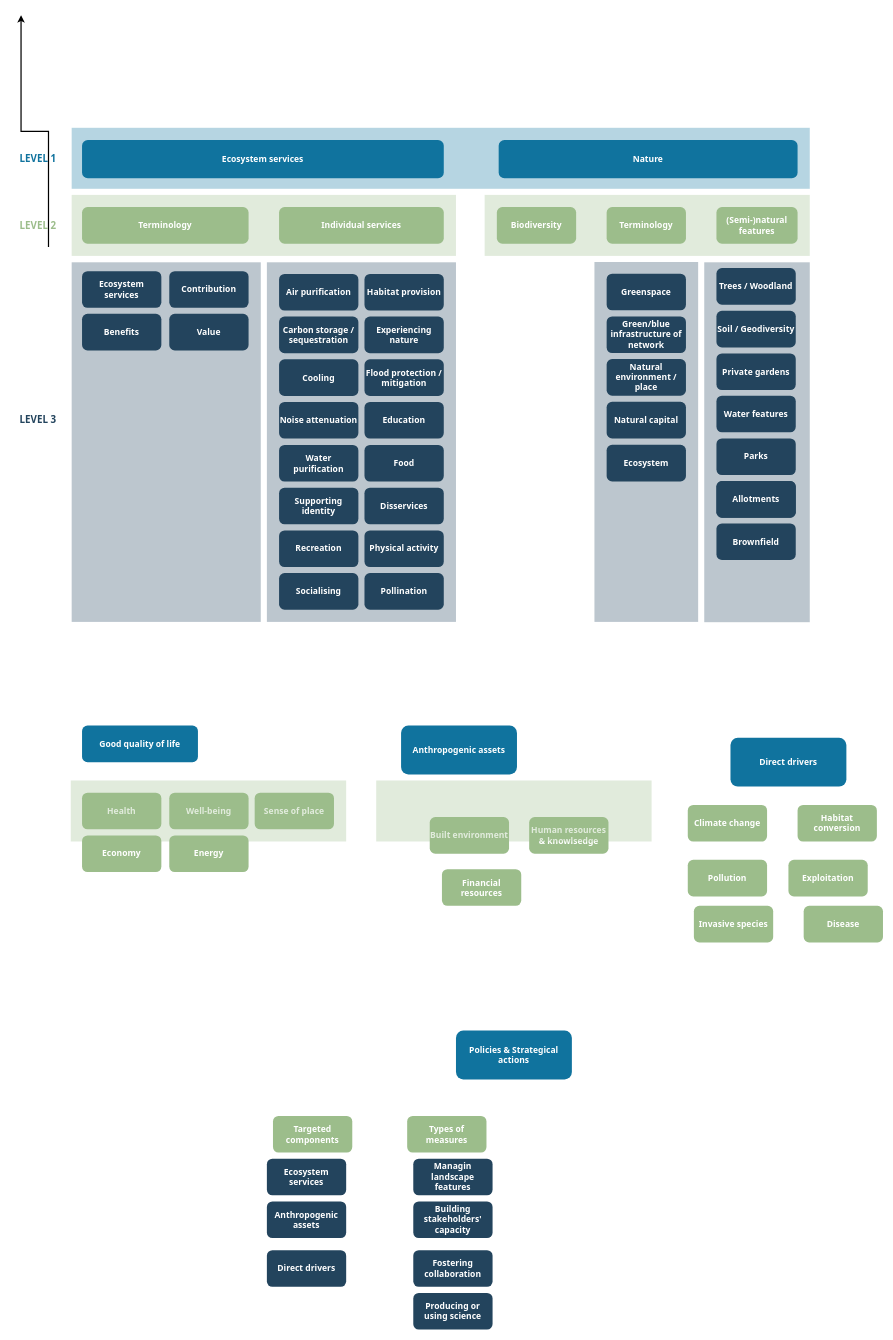
nadasaidi/automatic-funicular keeps this draw.io diagram as Untitled Diagram.drawio. Above is the earlier version. Source tidied: cells renumbered, new cells numbered last; positions are measured from the earlier drawing's top-left corner, leaving out a move shared by most shapes. Both pictures are drawn from the tidied source at 61%, with x=0, y=0 at pixel (10, 15).
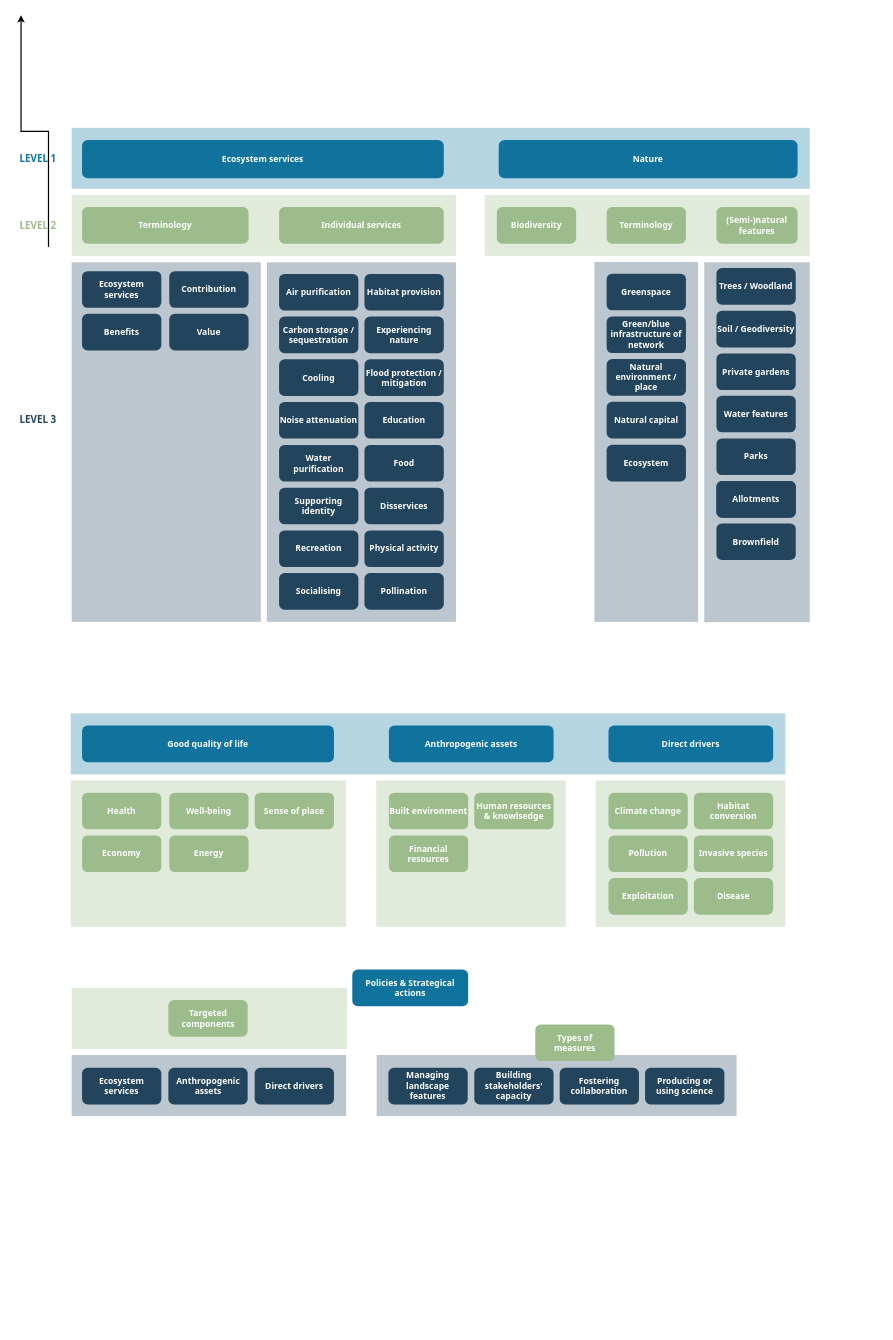
After the change.

The edit, as a diff of the source:
```diff
@@
+    <mxCell id="82" style="fillColor=#23445D;strokeColor=none;opacity=30;" parent="1" vertex="1">
+      <mxGeometry x="600" y="1704" width="590" height="100" as="geometry" />
+    </mxCell>
+    <mxCell id="83" style="fillColor=#23445D;strokeColor=none;opacity=30;" parent="1" vertex="1">
+      <mxGeometry x="100" y="1704" width="450" height="100" as="geometry" />
+    </mxCell>
+    <mxCell id="84" style="fillColor=#9CBD8B;strokeColor=none;opacity=30;" parent="1" vertex="1">
+      <mxGeometry x="100" y="1594" width="451.5" height="100" as="geometry" />
+    </mxCell>
+    <mxCell id="85" style="fillColor=#10739E;strokeColor=none;opacity=30;" parent="1" vertex="1">
+      <mxGeometry x="98.5" y="1144" width="1171.5" height="100" as="geometry" />
+    </mxCell>
+    <mxCell id="86" style="fillColor=#9CBD8B;strokeColor=none;opacity=30;" parent="1" vertex="1">
+      <mxGeometry x="959.2" y="1254" width="310.8" height="240" as="geometry" />
+    </mxCell>
+    <mxCell id="81" style="fillColor=#9CBD8B;strokeColor=none;opacity=30;" parent="1" vertex="1">
+      <mxGeometry x="599.2" y="1254" width="310.8" height="240" as="geometry" />
+    </mxCell>
+    <mxCell id="80" style="fillColor=#9CBD8B;strokeColor=none;opacity=30;" parent="1" vertex="1">
+      <mxGeometry x="98.5" y="1254" width="451.5" height="240" as="geometry" />
+    </mxCell>
@@
     <mxCell id="48" value="Direct drivers" style="rounded=1;fillColor=#10739E;gradientColor=none;strokeColor=none;fontColor=#FFFFFF;fontStyle=1;fontFamily=Tahoma;fontSize=14;whiteSpace=wrap;" parent="1" vertex="1">
-      <mxGeometry x="1180" y="1184" width="190" height="80" as="geometry" />
+      <mxGeometry x="980" y="1164" width="270" height="60" as="geometry" />
     </mxCell>
     <mxCell id="49" value="Good quality of life" style="rounded=1;fillColor=#10739E;gradientColor=none;strokeColor=none;fontColor=#FFFFFF;fontStyle=1;fontFamily=Tahoma;fontSize=14;whiteSpace=wrap;" parent="1" vertex="1">
-      <mxGeometry x="117" y="1164" width="190" height="60" as="geometry" />
+      <mxGeometry x="117" y="1164" width="413" height="60" as="geometry" />
     </mxCell>
     <mxCell id="50" value="Policies &amp; Strategical actions" style="rounded=1;fillColor=#10739E;gradientColor=none;strokeColor=none;fontColor=#FFFFFF;fontStyle=1;fontFamily=Tahoma;fontSize=14;whiteSpace=wrap;" parent="1" vertex="1">
-      <mxGeometry x="730" y="1664" width="190" height="80" as="geometry" />
+      <mxGeometry x="560" y="1564" width="190" height="60" as="geometry" />
     </mxCell>
     <mxCell id="51" value="Types of measures" style="rounded=1;fillColor=#9CBD8B;gradientColor=none;strokeColor=none;fontColor=#FFFFFF;fontStyle=1;fontFamily=Tahoma;fontSize=14;whiteSpace=wrap;" parent="1" vertex="1">
-      <mxGeometry x="650" y="1804" width="130" height="60" as="geometry" />
+      <mxGeometry x="860" y="1654" width="130" height="60" as="geometry" />
     </mxCell>
@@
     <mxCell id="53" value="Built environment" style="rounded=1;fillColor=#9CBD8B;gradientColor=none;strokeColor=none;fontColor=#FFFFFF;fontStyle=1;fontFamily=Tahoma;fontSize=14;whiteSpace=wrap;" parent="1" vertex="1">
-      <mxGeometry x="687" y="1314" width="130" height="60" as="geometry" />
+      <mxGeometry x="620" y="1274" width="130" height="60" as="geometry" />
     </mxCell>
@@
     <mxCell id="56" value="Habitat conversion" style="rounded=1;fillColor=#9CBD8B;gradientColor=none;strokeColor=none;fontColor=#FFFFFF;fontStyle=1;fontFamily=Tahoma;fontSize=14;whiteSpace=wrap;" parent="1" vertex="1">
-      <mxGeometry x="1290" y="1294" width="130" height="60" as="geometry" />
+      <mxGeometry x="1120" y="1274" width="130" height="60" as="geometry" />
     </mxCell>
     <mxCell id="57" value="Anthropogenic assets" style="rounded=1;fillColor=#10739E;gradientColor=none;strokeColor=none;fontColor=#FFFFFF;fontStyle=1;fontFamily=Tahoma;fontSize=14;whiteSpace=wrap;" parent="1" vertex="1">
-      <mxGeometry x="640" y="1164" width="190" height="80" as="geometry" />
+      <mxGeometry x="620" y="1164" width="270" height="60" as="geometry" />
     </mxCell>
@@
     <mxCell id="59" value="Human resources &amp; knowlsedge" style="rounded=1;fillColor=#9CBD8B;gradientColor=none;strokeColor=none;fontColor=#FFFFFF;fontStyle=1;fontFamily=Tahoma;fontSize=14;whiteSpace=wrap;" parent="1" vertex="1">
-      <mxGeometry x="850" y="1314" width="130" height="60" as="geometry" />
+      <mxGeometry x="760" y="1274" width="130" height="60" as="geometry" />
     </mxCell>
     <mxCell id="60" value="Financial resources" style="rounded=1;fillColor=#9CBD8B;gradientColor=none;strokeColor=none;fontColor=#FFFFFF;fontStyle=1;fontFamily=Tahoma;fontSize=14;whiteSpace=wrap;" parent="1" vertex="1">
-      <mxGeometry x="707" y="1399.5" width="130" height="60" as="geometry" />
+      <mxGeometry x="620" y="1344" width="130" height="60" as="geometry" />
     </mxCell>
     <mxCell id="61" value="Climate change" style="rounded=1;fillColor=#9CBD8B;gradientColor=none;strokeColor=none;fontColor=#FFFFFF;fontStyle=1;fontFamily=Tahoma;fontSize=14;whiteSpace=wrap;" parent="1" vertex="1">
-      <mxGeometry x="1110" y="1294" width="130" height="60" as="geometry" />
+      <mxGeometry x="980" y="1274" width="130" height="60" as="geometry" />
     </mxCell>
     <mxCell id="62" value="Pollution" style="rounded=1;fillColor=#9CBD8B;gradientColor=none;strokeColor=none;fontColor=#FFFFFF;fontStyle=1;fontFamily=Tahoma;fontSize=14;whiteSpace=wrap;" parent="1" vertex="1">
-      <mxGeometry x="1110" y="1384" width="130" height="60" as="geometry" />
+      <mxGeometry x="980" y="1344" width="130" height="60" as="geometry" />
     </mxCell>
     <mxCell id="63" value="Exploitation" style="rounded=1;fillColor=#9CBD8B;gradientColor=none;strokeColor=none;fontColor=#FFFFFF;fontStyle=1;fontFamily=Tahoma;fontSize=14;whiteSpace=wrap;" parent="1" vertex="1">
-      <mxGeometry x="1275" y="1384" width="130" height="60" as="geometry" />
+      <mxGeometry x="980" y="1414" width="130" height="60" as="geometry" />
     </mxCell>
     <mxCell id="64" value="Invasive species" style="rounded=1;fillColor=#9CBD8B;gradientColor=none;strokeColor=none;fontColor=#FFFFFF;fontStyle=1;fontFamily=Tahoma;fontSize=14;whiteSpace=wrap;" parent="1" vertex="1">
-      <mxGeometry x="1120" y="1459.5" width="130" height="60" as="geometry" />
+      <mxGeometry x="1120" y="1344" width="130" height="60" as="geometry" />
     </mxCell>
     <mxCell id="65" value="Disease" style="rounded=1;fillColor=#9CBD8B;gradientColor=none;strokeColor=none;fontColor=#FFFFFF;fontStyle=1;fontFamily=Tahoma;fontSize=14;whiteSpace=wrap;" parent="1" vertex="1">
-      <mxGeometry x="1300" y="1459.5" width="130" height="60" as="geometry" />
+      <mxGeometry x="1120" y="1414" width="130" height="60" as="geometry" />
     </mxCell>
@@
     <mxCell id="67" value="Targeted components" style="rounded=1;fillColor=#9CBD8B;gradientColor=none;strokeColor=none;fontColor=#FFFFFF;fontStyle=1;fontFamily=Tahoma;fontSize=14;whiteSpace=wrap;" parent="1" vertex="1">
-      <mxGeometry x="430" y="1804" width="130" height="60" as="geometry" />
+      <mxGeometry x="258.5" y="1614" width="130" height="60" as="geometry" />
     </mxCell>
     <mxCell id="68" value="Ecosystem services" style="rounded=1;fillColor=#23445D;gradientColor=none;strokeColor=none;fontColor=#FFFFFF;fontStyle=1;fontFamily=Tahoma;fontSize=14;whiteSpace=wrap;" parent="1" vertex="1">
-      <mxGeometry x="420" y="1874" width="130" height="60" as="geometry" />
+      <mxGeometry x="117" y="1725" width="130" height="60" as="geometry" />
     </mxCell>
     <mxCell id="69" value="Anthropogenic assets" style="rounded=1;fillColor=#23445D;gradientColor=none;strokeColor=none;fontColor=#FFFFFF;fontStyle=1;fontFamily=Tahoma;fontSize=14;whiteSpace=wrap;" parent="1" vertex="1">
-      <mxGeometry x="420" y="1944" width="130" height="60" as="geometry" />
+      <mxGeometry x="258.5" y="1725" width="130" height="60" as="geometry" />
     </mxCell>
     <mxCell id="70" value="Direct drivers" style="rounded=1;fillColor=#23445D;gradientColor=none;strokeColor=none;fontColor=#FFFFFF;fontStyle=1;fontFamily=Tahoma;fontSize=14;whiteSpace=wrap;" parent="1" vertex="1">
-      <mxGeometry x="420" y="2024" width="130" height="60" as="geometry" />
+      <mxGeometry x="400" y="1725" width="130" height="60" as="geometry" />
     </mxCell>
-    <mxCell id="71" value="Managin landscape features" style="rounded=1;fillColor=#23445D;gradientColor=none;strokeColor=none;fontColor=#FFFFFF;fontStyle=1;fontFamily=Tahoma;fontSize=14;whiteSpace=wrap;" parent="1" vertex="1">
-      <mxGeometry x="660" y="1874" width="130" height="60" as="geometry" />
+    <mxCell id="71" value="Managing landscape features" style="rounded=1;fillColor=#23445D;gradientColor=none;strokeColor=none;fontColor=#FFFFFF;fontStyle=1;fontFamily=Tahoma;fontSize=14;whiteSpace=wrap;" parent="1" vertex="1">
+      <mxGeometry x="619.2" y="1725" width="130" height="60" as="geometry" />
     </mxCell>
     <mxCell id="72" value="Building stakeholders' capacity" style="rounded=1;fillColor=#23445D;gradientColor=none;strokeColor=none;fontColor=#FFFFFF;fontStyle=1;fontFamily=Tahoma;fontSize=14;whiteSpace=wrap;" parent="1" vertex="1">
-      <mxGeometry x="660" y="1944" width="130" height="60" as="geometry" />
+      <mxGeometry x="760" y="1725" width="130" height="60" as="geometry" />
     </mxCell>
     <mxCell id="73" value="Fostering collaboration" style="rounded=1;fillColor=#23445D;gradientColor=none;strokeColor=none;fontColor=#FFFFFF;fontStyle=1;fontFamily=Tahoma;fontSize=14;whiteSpace=wrap;" parent="1" vertex="1">
-      <mxGeometry x="660" y="2024" width="130" height="60" as="geometry" />
+      <mxGeometry x="900" y="1725" width="130" height="60" as="geometry" />
     </mxCell>
     <mxCell id="74" value="Producing or using science" style="rounded=1;fillColor=#23445D;gradientColor=none;strokeColor=none;fontColor=#FFFFFF;fontStyle=1;fontFamily=Tahoma;fontSize=14;whiteSpace=wrap;" parent="1" vertex="1">
-      <mxGeometry x="660" y="2094" width="130" height="60" as="geometry" />
+      <mxGeometry x="1040" y="1725" width="130" height="60" as="geometry" />
     </mxCell>
@@
-    <mxCell id="80" style="fillColor=#9CBD8B;strokeColor=none;opacity=30;" parent="1" vertex="1">
-      <mxGeometry x="98.5" y="1254" width="451.5" height="100" as="geometry" />
-    </mxCell>
-    <mxCell id="81" style="fillColor=#9CBD8B;strokeColor=none;opacity=30;" parent="1" vertex="1">
-      <mxGeometry x="599.2" y="1254" width="451.5" height="100" as="geometry" />
-    </mxCell>
```
